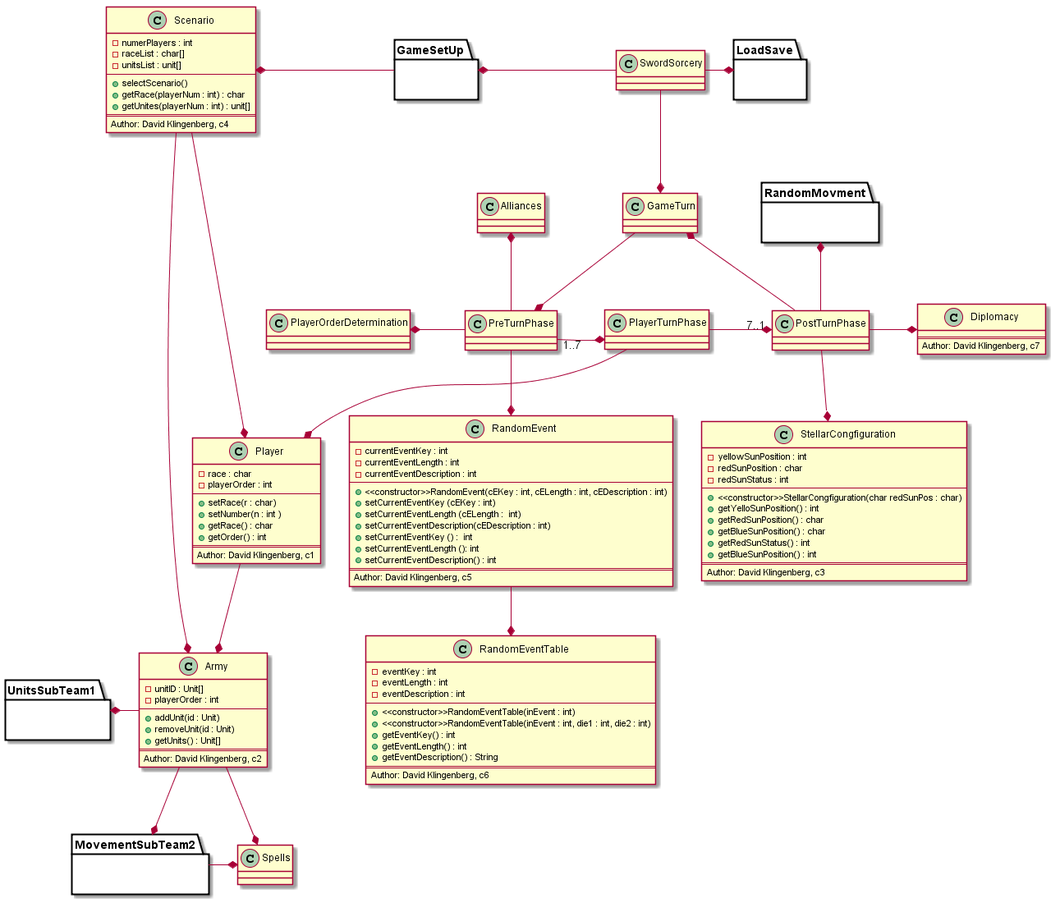
This is src/ClassDiagrams/SubTeam_David_ Gabe_Class Diagram.png from bigwookiee/CS383, a PlantUML export, as it was before one commit. Its diagram source:
```plantuml
@startuml


class Player{
	-race : char
	-playerOrder : int
	--
	+setRace(r : char)
	+setNumber(n : int )
	+getRace() : char
	+getOrder() : int
	==
	Author: David Klingenberg, c1
}

class Army{
	-unitID : Unit[]
	-playerOrder : int
	--
	+addUnit(id : Unit)
	+removeUnit(id : Unit)
	+getUnits() : Unit[]
	==
	Author: David Klingenberg, c2
}

class StellarCongfiguration{
	-yellowSunPosition : int
	-redSunPosition : char
	-redSunStatus : int
	--
	+<<constructor>>StellarCongfiguration(char redSunPos : char)
	+getYelloSunPosition() : int
	+getRedSunPosition() : char
	+getBlueSunPosition() : char
	+getRedSunStatus() : int
	+getBlueSunPosition() : int
	==
	Author: David Klingenberg, c3
}

class Scenario {
	-numerPlayers : int
	-raceList : char[]
	-unitsList : unit[]
	--
	+selectScenario()
	+getRace(playerNum : int) : char
	+getUnites(playerNum : int) : unit[]
	==
	Author: David Klingenberg, c4
}

class RandomEvent{
	-currentEventKey : int
	-currentEventLength : int
	-currentEventDescription : int
	--
	+<<constructor>>RandomEvent(cEKey : int, cELength : int, cEDescription : int)
	+setCurrentEventKey (cEKey : int)
	+setCurrentEventLength (cELength :  int)
	+setCurrentEventDescription(cEDescription : int)
	+setCurrentEventKey () :  int
	+setCurrentEventLength (): int
	+setCurrentEventDescription() : int
	==
	Author: David Klingenberg, c5
}

class RandomEventTable{
	-eventKey : int
	-eventLength : int
	-eventDescription : int
	--
	+<<constructor>>RandomEventTable(inEvent : int)
	+<<constructor>>RandomEventTable(inEvent : int, die1 : int, die2 : int)
	+getEventKey() : int
	+getEventLength() : int
	+getEventDescription() : String
	==
	Author: David Klingenberg, c6
}

class Diplomacy{
	==
	Author: David Klingenberg, c7
}


class PreTurnPhase
class PlayerTurnPhase
class PostTurnPhase
class GameTurn
class Spells
class PlayerOrderDetermination
class Alliances
class SwordSorcery
package MovementSubTeam2{
}

package RandomMovment{
}

package GameSetUp{
}

package UnitsSubTeam1{
}

Package LoadSave{
}

SwordSorcery --* GameTurn
SwordSorcery -* LoadSave
GameSetUp *- SwordSorcery
Scenario *- GameSetUp

Scenario --* Player
Scenario --* Army

GameTurn *-- PostTurnPhase
GameTurn --* PreTurnPhase

PlayerTurnPhase  -* ?7..1? PostTurnPhase
PreTurnPhase ?1..7? -*  PlayerTurnPhase

PreTurnPhase --* RandomEvent
PlayerOrderDetermination *- PreTurnPhase
Alliances *-- PreTurnPhase
RandomEvent --* RandomEventTable

PlayerTurnPhase --* Player
Player --* Army
Army --* MovementSubTeam2
Army --* Spells
UnitsSubTeam1 *- Army
MovementSubTeam2 -* Spells

PostTurnPhase --*  StellarCongfiguration
RandomMovment *-- PostTurnPhase
Diplomacy *- PostTurnPhase

@enduml
```
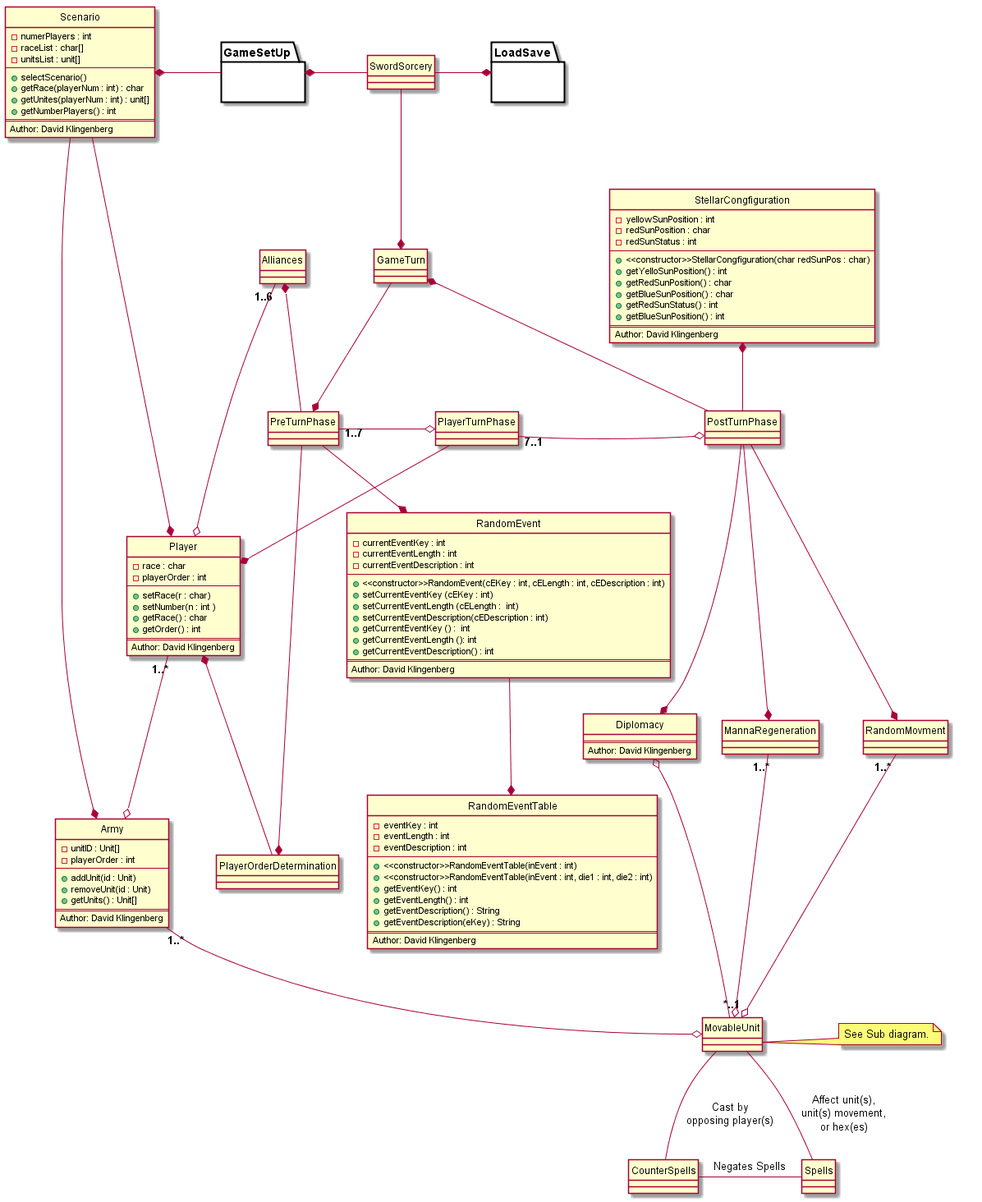
The same diagram one commit later.

Commit message:
More chages to SubTeam_David_Gabe....

The edit, as a diff of the source:
```diff
@@ -1,5 +1,5 @@
 @startuml
-
+hide circles
 
 class Player{
 	-race : char
@@ -10,7 +10,7 @@
 	+getRace() : char
 	+getOrder() : int
 	==
-	Author: David Klingenberg, c1
+	Author: David Klingenberg
 }
 
 class Army{
@@ -21,7 +21,7 @@
 	+removeUnit(id : Unit)
 	+getUnits() : Unit[]
 	==
-	Author: David Klingenberg, c2
+	Author: David Klingenberg
 }
 
 class StellarCongfiguration{
@@ -36,7 +36,7 @@
 	+getRedSunStatus() : int
 	+getBlueSunPosition() : int
 	==
-	Author: David Klingenberg, c3
+	Author: David Klingenberg
 }
 
 class Scenario {
@@ -47,8 +47,9 @@
 	+selectScenario()
 	+getRace(playerNum : int) : char
 	+getUnites(playerNum : int) : unit[]
+	+getNumberPlayers() : int
 	==
-	Author: David Klingenberg, c4
+	Author: David Klingenberg
 }
 
 class RandomEvent{
@@ -60,11 +61,11 @@
 	+setCurrentEventKey (cEKey : int)
 	+setCurrentEventLength (cELength :  int)
 	+setCurrentEventDescription(cEDescription : int)
-	+setCurrentEventKey () :  int
-	+setCurrentEventLength (): int
-	+setCurrentEventDescription() : int
+	+getCurrentEventKey () :  int
+	+getCurrentEventLength (): int
+	+getCurrentEventDescription() : int
 	==
-	Author: David Klingenberg, c5
+	Author: David Klingenberg
 }
 
 class RandomEventTable{
@@ -77,13 +78,14 @@
 	+getEventKey() : int
 	+getEventLength() : int
 	+getEventDescription() : String
+	+getEventDescription(eKey) : String
 	==
-	Author: David Klingenberg, c6
+	Author: David Klingenberg
 }
 
 class Diplomacy{
 	==
-	Author: David Klingenberg, c7
+	Author: David Klingenberg
 }
 
 
@@ -92,23 +94,27 @@
 class PostTurnPhase
 class GameTurn
 class Spells
+class CounterSpells
 class PlayerOrderDetermination
 class Alliances
 class SwordSorcery
-package MovementSubTeam2{
+class MannaRegeneration
+
+class MovableUnit{
 }
+note right  : See Sub diagram.
 
-package RandomMovment{
+class RandomMovment{
 }
 
 package GameSetUp{
 }
 
-package UnitsSubTeam1{
+Package LoadSave{
 }
 
-Package LoadSave{
-}
+
+
 
 SwordSorcery --* GameTurn
 SwordSorcery -* LoadSave
@@ -121,23 +127,32 @@
 GameTurn *-- PostTurnPhase
 GameTurn --* PreTurnPhase
 
-PlayerTurnPhase  -* ?7..1? PostTurnPhase
-PreTurnPhase ?1..7? -*  PlayerTurnPhase
+PlayerTurnPhase ?<b>7..1</b>? -o  PostTurnPhase
+PreTurnPhase ?<b>1..7</b>?  -o  PlayerTurnPhase
 
 PreTurnPhase --* RandomEvent
-PlayerOrderDetermination *- PreTurnPhase
+PlayerOrderDetermination *-- PreTurnPhase
 Alliances *-- PreTurnPhase
 RandomEvent --* RandomEventTable
 
 PlayerTurnPhase --* Player
-Player --* Army
-Army --* MovementSubTeam2
-Army --* Spells
-UnitsSubTeam1 *- Army
-MovementSubTeam2 -* Spells
+Player ?<b>1..*</b>? --o Army
+Army ?<b>1..*</b>? --o MovableUnit
 
-PostTurnPhase --*  StellarCongfiguration
-RandomMovment *-- PostTurnPhase
-Diplomacy *- PostTurnPhase
+MovableUnit -- Spells : Affect unit(s),\nunit(s) movement,\nor hex(es)
+MovableUnit -- CounterSpells : Cast by\nopposing player(s)
+CounterSpells - Spells : Negates Spells
+
+PostTurnPhase --* RandomMovment
+StellarCongfiguration *-- PostTurnPhase
+PostTurnPhase --* Diplomacy
+PostTurnPhase --* MannaRegeneration
+
+Alliances ?<b>1..6</b>? --o Player
+Player *-- PlayerOrderDetermination
+
+RandomMovment ?<b>1..*</b>? --o MovableUnit
+MannaRegeneration ?<b>1..*</b>? --o MovableUnit
+Diplomacy o-- ?<b>*..1</b>? MovableUnit
 
 @enduml
```
